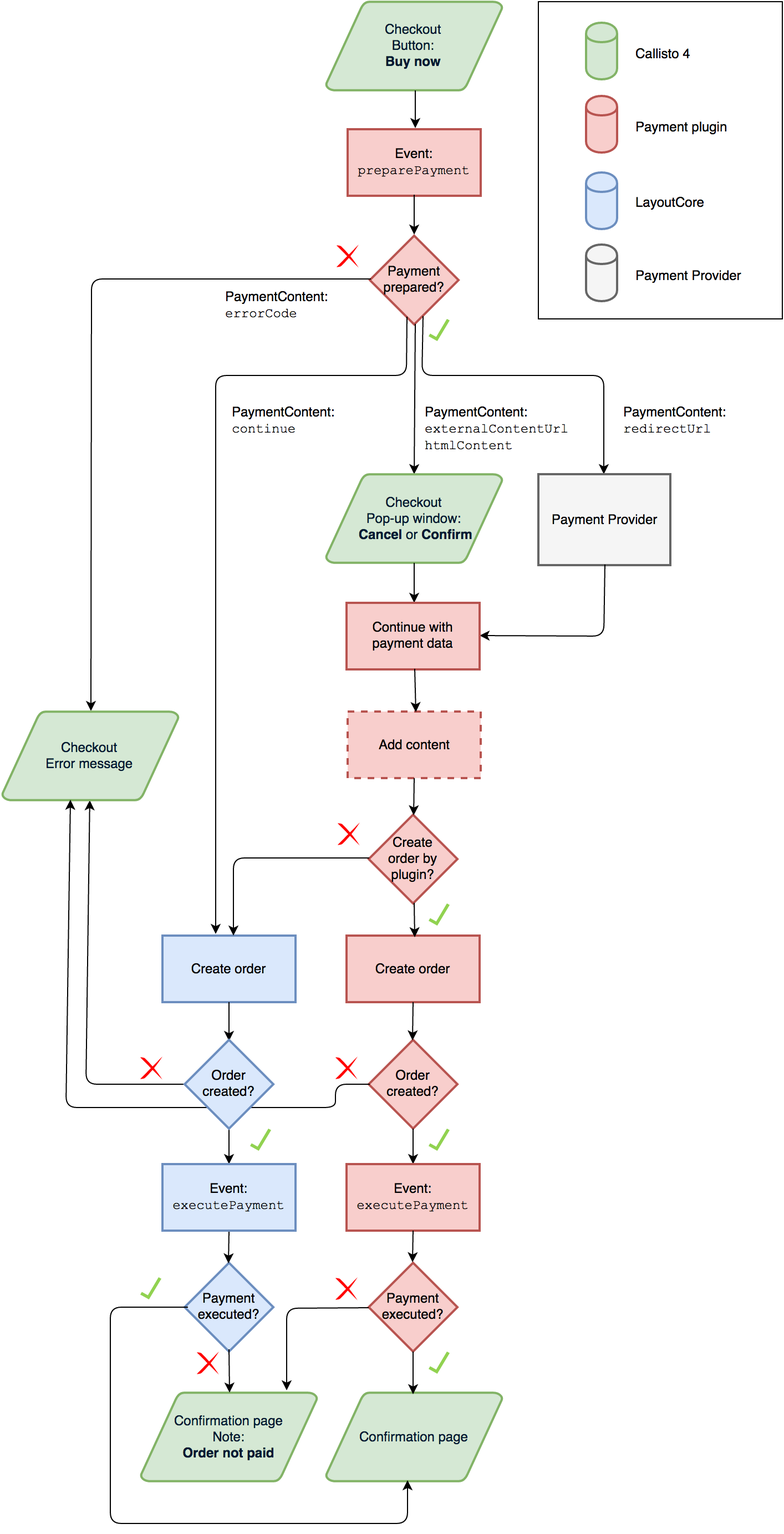
edgardo-sandique/plentymarket_test4 keeps this draw.io diagram as resources/images/payment-plugin-flowchart.png. Above is the earlier version. Source tidied: cells renumbered, new cells last; positions are measured from the earlier drawing's top-left corner, leaving out a move shared by most shapes.
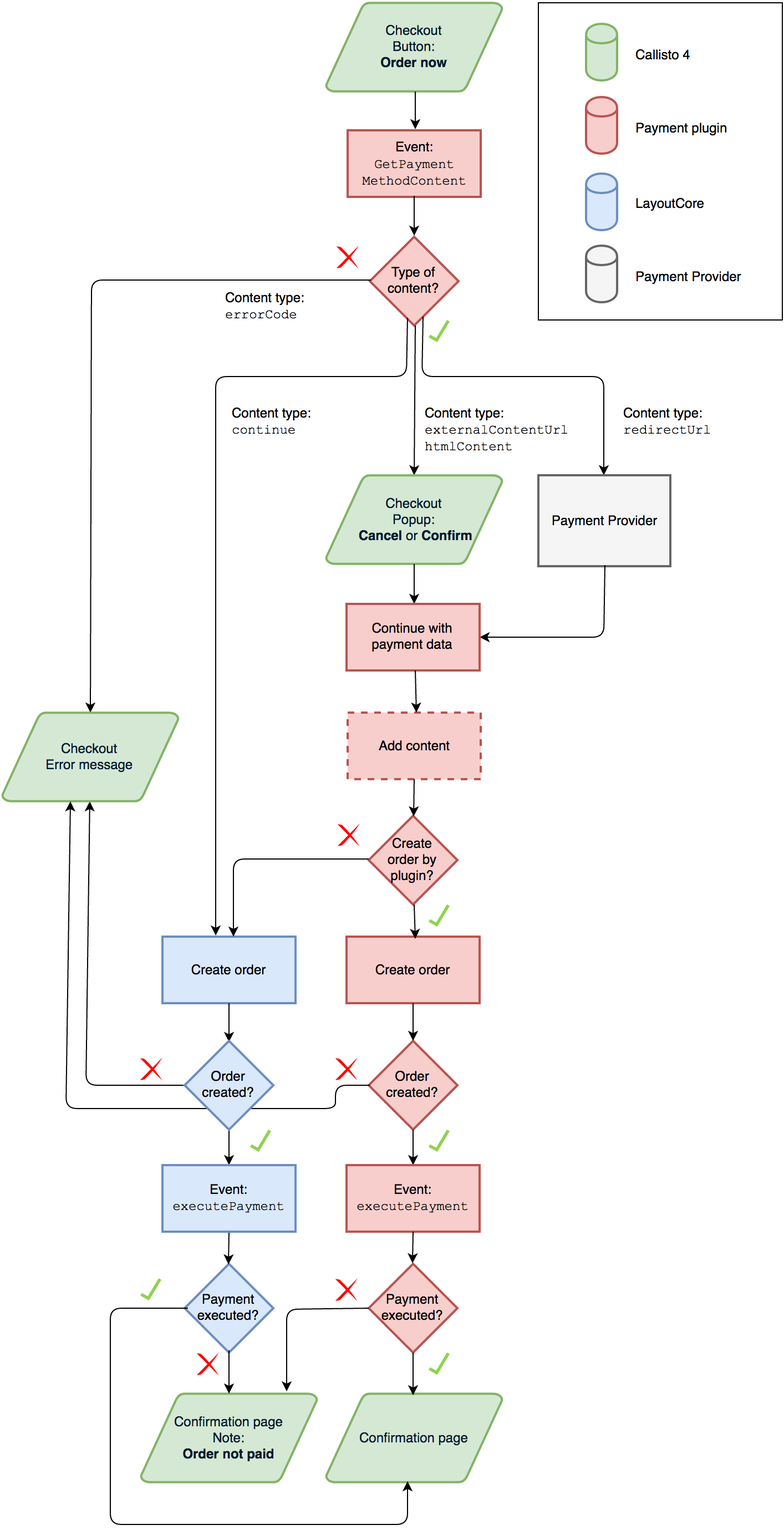
The same diagram one commit later.

Commit message:
FIX event name, payment method content type table and minor issues

Diff of the diagram source:
```diff
@@ -11,13 +11,13 @@
     <mxCell id="4" style="whiteSpace=wrap;html=1;strokeWidth=1;fillColor=none;" parent="1" vertex="1">
       <mxGeometry x="484" width="220" height="286" as="geometry" />
     </mxCell>
-    <mxCell id="5" value="Checkout&lt;br&gt;Button: &lt;br&gt;&lt;b&gt;Buy now&lt;/b&gt;&lt;br&gt;" style="shape=mxgraph.flowchart.data;fillColor=#d5e8d4;strokeColor=#82b366;strokeWidth=2;gradientDirection=north;fontColor=#001933;fontStyle=0;html=1;" parent="1" vertex="1">
+    <mxCell id="5" value="Checkout&lt;br&gt;Button: &lt;br&gt;&lt;b&gt;Order now&lt;/b&gt;&lt;br&gt;" style="shape=mxgraph.flowchart.data;fillColor=#d5e8d4;strokeColor=#82b366;strokeWidth=2;gradientDirection=north;fontColor=#001933;fontStyle=0;html=1;" parent="1" vertex="1">
       <mxGeometry x="292.5" width="159" height="80" as="geometry" />
     </mxCell>
-    <mxCell id="6" value="Payment prepared?&lt;br&gt;" style="rhombus;whiteSpace=wrap;html=1;strokeWidth=2;fillColor=#f8cecc;strokeColor=#b85450;" parent="1" vertex="1">
+    <mxCell id="6" value="Type of content?&lt;br&gt;" style="rhombus;whiteSpace=wrap;html=1;strokeWidth=2;fillColor=#f8cecc;strokeColor=#b85450;" parent="1" vertex="1">
       <mxGeometry x="332" y="211" width="80" height="80" as="geometry" />
     </mxCell>
-    <mxCell id="7" value="Event: &lt;font face=&quot;Courier New&quot;&gt;preparePayment&lt;/font&gt;&lt;br&gt;" style="whiteSpace=wrap;html=1;strokeWidth=2;fillColor=#f8cecc;strokeColor=#b85450;" parent="1" vertex="1">
+    <mxCell id="7" value="Event: &lt;font face=&quot;Courier New&quot;&gt;&lt;br&gt;GetPayment&lt;br&gt;MethodContent&lt;/font&gt;&lt;br&gt;" style="whiteSpace=wrap;html=1;strokeWidth=2;fillColor=#f8cecc;strokeColor=#b85450;" parent="1" vertex="1">
       <mxGeometry x="312" y="115" width="120" height="60" as="geometry" />
     </mxCell>
     <mxCell id="8" style="endArrow=classic;html=1;entryX=0.508;entryY=-0.017;entryPerimeter=0;" parent="1" edge="1" target="7">
@@ -60,17 +60,17 @@
         </Array>
       </mxGeometry>
     </mxCell>
-    <mxCell id="14" value="&lt;br&gt;Checkout&lt;br&gt;Pop-up window:&lt;br&gt;&amp;nbsp;&lt;b&gt;Cancel&lt;/b&gt; or &lt;b&gt;Confirm&lt;/b&gt;&lt;br&gt;&lt;br&gt;" style="shape=mxgraph.flowchart.data;fillColor=#d5e8d4;strokeColor=#82b366;strokeWidth=2;gradientDirection=north;fontColor=#001933;fontStyle=0;html=1;" parent="1" vertex="1">
+    <mxCell id="14" value="&lt;br&gt;Checkout&lt;br&gt;Popup:&lt;br&gt;&amp;nbsp;&lt;b&gt;Cancel&lt;/b&gt; or &lt;b&gt;Confirm&lt;/b&gt;&lt;br&gt;&lt;br&gt;" style="shape=mxgraph.flowchart.data;fillColor=#d5e8d4;strokeColor=#82b366;strokeWidth=2;gradientDirection=north;fontColor=#001933;fontStyle=0;html=1;" parent="1" vertex="1">
       <mxGeometry x="292.5" y="426" width="159" height="80" as="geometry" />
     </mxCell>
     <mxCell id="15" value="Payment Provider&lt;br&gt;" style="whiteSpace=wrap;html=1;strokeWidth=2;fillColor=#f5f5f5;strokeColor=#666666;" parent="1" vertex="1">
       <mxGeometry x="484" y="426" width="119" height="82" as="geometry" />
     </mxCell>
-    <mxCell id="16" value="PaymentContent:&lt;br&gt;&lt;font face=&quot;Courier New&quot;&gt;externalContentUrl&lt;br&gt;htmlContent&lt;/font&gt;&lt;br&gt;" style="text;html=1;align=left;verticalAlign=top;spacingTop=-4;" parent="1" vertex="1">
+    <mxCell id="16" value="Content type:&lt;br&gt;&lt;font face=&quot;Courier New&quot;&gt;externalContentUrl&lt;br&gt;htmlContent&lt;/font&gt;&lt;br&gt;" style="text;html=1;align=left;verticalAlign=top;spacingTop=-4;" parent="1" vertex="1">
       <mxGeometry x="380" y="361" width="140" height="42" as="geometry" />
     </mxCell>
-    <mxCell id="17" value="PaymentContent: &lt;br&gt;&lt;font face=&quot;Courier New&quot;&gt;errorCode&lt;/font&gt;&lt;br&gt;" style="text;html=1;align=left;verticalAlign=top;spacingTop=-4;" parent="1" vertex="1">
-      <mxGeometry x="200" y="257" width="103" height="28" as="geometry" />
+    <mxCell id="17" value="Content type:&lt;br&gt;&lt;font face=&quot;Courier New&quot;&gt;errorCode&lt;/font&gt;&lt;br&gt;" style="text;html=1;align=left;verticalAlign=top;spacingTop=-4;" parent="1" vertex="1">
+      <mxGeometry x="200" y="257" width="81" height="28" as="geometry" />
     </mxCell>
     <mxCell id="18" style="shadow=0;dashed=0;html=1;strokeColor=none;shape=mxgraph.mscae.general.checkmark;fillColor=#91D250;" parent="1" vertex="1">
       <mxGeometry x="385" y="813" width="19" height="20" as="geometry" />
@@ -78,11 +78,11 @@
     <mxCell id="19" style="shadow=0;dashed=0;html=1;strokeColor=none;shape=mxgraph.mscae.general.crossout;fillColor=#FF0000;" parent="1" vertex="1">
       <mxGeometry x="302" y="219" width="20" height="21" as="geometry" />
     </mxCell>
-    <mxCell id="20" value="PaymentContent:&lt;br&gt;&lt;font face=&quot;Courier New&quot;&gt;redirectUrl&lt;/font&gt;&lt;br&gt;" style="text;html=1;align=left;verticalAlign=top;spacingTop=-4;" parent="1" vertex="1">
-      <mxGeometry x="559" y="361" width="103" height="28" as="geometry" />
+    <mxCell id="20" value="Content type:&lt;br&gt;&lt;font face=&quot;Courier New&quot;&gt;redirectUrl&lt;/font&gt;&lt;br&gt;" style="text;html=1;align=left;verticalAlign=top;spacingTop=-4;" parent="1" vertex="1">
+      <mxGeometry x="559" y="361" width="89" height="28" as="geometry" />
     </mxCell>
-    <mxCell id="21" value="PaymentContent: &lt;br&gt;&lt;font face=&quot;Courier New&quot;&gt;continue&lt;/font&gt;&lt;br&gt;" style="text;html=1;align=left;verticalAlign=top;spacingTop=-4;" parent="1" vertex="1">
-      <mxGeometry x="206" y="361" width="103" height="28" as="geometry" />
+    <mxCell id="21" value="Content type: &lt;br&gt;&lt;font face=&quot;Courier New&quot;&gt;continue&lt;/font&gt;&lt;br&gt;" style="text;html=1;align=left;verticalAlign=top;spacingTop=-4;" parent="1" vertex="1">
+      <mxGeometry x="206" y="361" width="81" height="28" as="geometry" />
     </mxCell>
     <mxCell id="22" style="endArrow=classic;html=1;entryX=0.508;entryY=0;entryPerimeter=0;" parent="1" edge="1" target="24">
       <mxGeometry relative="1" as="geometry">
```
